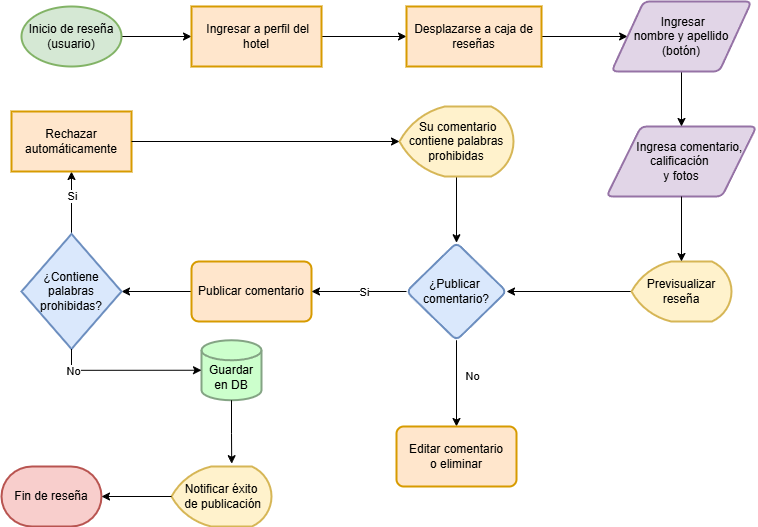
DjGuetta/App-Hotel-Management keeps this draw.io diagram as Flujograma de reseñas.png. Above is the earlier version. Source tidied: cells renumbered, new cells last; positions are measured from the earlier drawing's top-left corner, leaving out a move shared by most shapes.
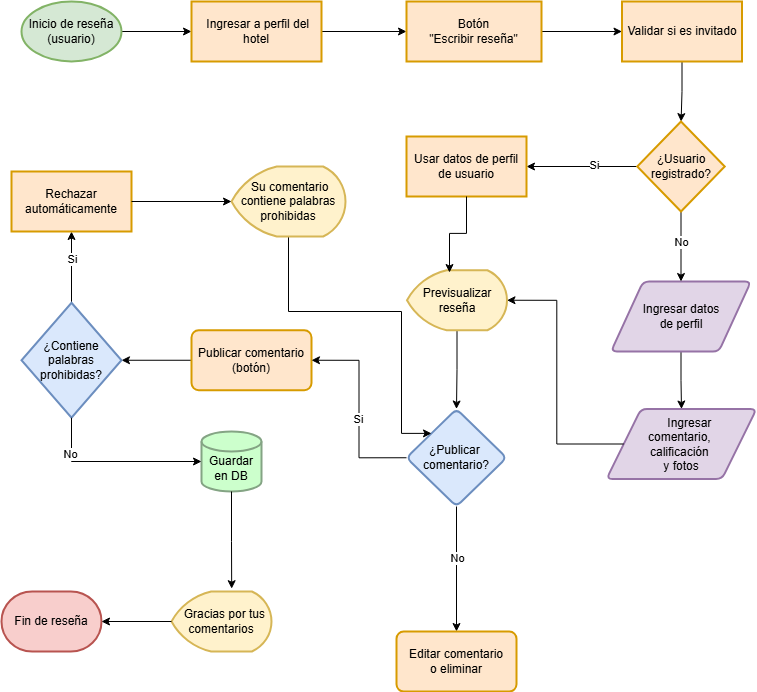
Above is the later version.

Commit message:
Corrección de datos de usuario invitado y registrado

Diff of the diagram source:
```diff
@@ -14,26 +14,26 @@
     <mxCell id="5" value="&amp;nbsp;Ingresar a perfil del hotel" style="whiteSpace=wrap;html=1;strokeWidth=2;fillColor=#ffe6cc;strokeColor=#d79b00;" parent="1" vertex="1">
       <mxGeometry x="190" y="5" width="130" height="60" as="geometry" />
     </mxCell>
-    <mxCell id="6" style="edgeStyle=orthogonalEdgeStyle;rounded=0;jettySize=auto;html=1;exitX=1;exitY=0.5;exitDx=0;exitDy=0;entryX=0;entryY=0.5;entryDx=0;entryDy=0;" parent="1" edge="1" source="7" target="10">
-      <mxGeometry relative="1" as="geometry" />
-    </mxCell>
+    <mxCell id="36" style="edgeStyle=orthogonalEdgeStyle;rounded=0;jettySize=auto;html=1;" parent="1" edge="1" source="7" target="38">
+      <mxGeometry relative="1" as="geometry" />
+    </mxCell>
-    <mxCell id="7" value="Desplazarse a caja de reseñas" style="whiteSpace=wrap;html=1;strokeWidth=2;fillColor=#ffe6cc;strokeColor=#d79b00;" parent="1" vertex="1">
+    <mxCell id="7" value="Botón&lt;div&gt;&quot;Escribir reseña&quot;&lt;/div&gt;" style="whiteSpace=wrap;html=1;strokeWidth=2;fillColor=#ffe6cc;strokeColor=#d79b00;" parent="1" vertex="1">
       <mxGeometry x="405" y="5" width="135" height="60" as="geometry" />
     </mxCell>
-    <mxCell id="8" value="&amp;nbsp; &amp;nbsp; &amp;nbsp; Ingresa comentario,&amp;nbsp;&lt;div&gt;&lt;span style=&quot;background-color: transparent; color: light-dark(rgb(0, 0, 0), rgb(255, 255, 255));&quot;&gt;calificación&amp;nbsp;&lt;/span&gt;&lt;/div&gt;&lt;div&gt;&lt;span style=&quot;background-color: transparent; color: light-dark(rgb(0, 0, 0), rgb(255, 255, 255));&quot;&gt;y fotos&lt;/span&gt;&lt;/div&gt;" style="shape=parallelogram;html=1;strokeWidth=2;perimeter=parallelogramPerimeter;whiteSpace=wrap;rounded=1;arcSize=12;size=0.23;fillColor=#e1d5e7;strokeColor=#9673a6;" parent="1" vertex="1">
-      <mxGeometry x="605" y="125" width="150" height="70" as="geometry" />
+    <mxCell id="8" value="&amp;nbsp; &amp;nbsp; &amp;nbsp; Ingresar&amp;nbsp;&lt;div&gt;comentario,&amp;nbsp;&lt;div&gt;&lt;span style=&quot;background-color: transparent; color: light-dark(rgb(0, 0, 0), rgb(255, 255, 255));&quot;&gt;calificación&amp;nbsp;&lt;/span&gt;&lt;/div&gt;&lt;div&gt;&lt;span style=&quot;background-color: transparent; color: light-dark(rgb(0, 0, 0), rgb(255, 255, 255));&quot;&gt;y fotos&lt;/span&gt;&lt;/div&gt;&lt;/div&gt;" style="shape=parallelogram;html=1;strokeWidth=2;perimeter=parallelogramPerimeter;whiteSpace=wrap;rounded=1;arcSize=12;size=0.23;fillColor=#e1d5e7;strokeColor=#9673a6;" parent="1" vertex="1">
+      <mxGeometry x="605" y="412.5" width="150" height="70" as="geometry" />
     </mxCell>
     <mxCell id="9" style="edgeStyle=orthogonalEdgeStyle;rounded=0;jettySize=auto;html=1;" parent="1" edge="1" source="10" target="8">
       <mxGeometry relative="1" as="geometry" />
     </mxCell>
-    <mxCell id="10" value="&amp;nbsp;Ingresar&lt;div&gt;nombre y apellido&lt;/div&gt;&lt;div&gt;(botón)&lt;/div&gt;" style="shape=parallelogram;html=1;strokeWidth=2;perimeter=parallelogramPerimeter;whiteSpace=wrap;rounded=1;arcSize=12;size=0.23;fillColor=#e1d5e7;strokeColor=#9673a6;" parent="1" vertex="1">
-      <mxGeometry x="610" width="140" height="70" as="geometry" />
+    <mxCell id="10" value="&amp;nbsp;Ingresar datos&amp;nbsp;&lt;div&gt;de perfil&lt;br&gt;&lt;/div&gt;" style="shape=parallelogram;html=1;strokeWidth=2;perimeter=parallelogramPerimeter;whiteSpace=wrap;rounded=1;arcSize=12;size=0.23;fillColor=#e1d5e7;strokeColor=#9673a6;" parent="1" vertex="1">
+      <mxGeometry x="609.5" y="285" width="140" height="70" as="geometry" />
     </mxCell>
     <mxCell id="11" style="edgeStyle=orthogonalEdgeStyle;rounded=0;jettySize=auto;html=1;exitX=0;exitY=0.5;exitDx=0;exitDy=0;entryX=1;entryY=0.5;entryDx=0;entryDy=0;" parent="1" edge="1" source="12" target="28">
       <mxGeometry relative="1" as="geometry" />
     </mxCell>
-    <mxCell id="12" value="Publicar comentario" style="whiteSpace=wrap;html=1;strokeWidth=2;rounded=1;arcSize=12;fillColor=#ffe6cc;strokeColor=#d79b00;" parent="1" vertex="1">
-      <mxGeometry x="190" y="260" width="120" height="60" as="geometry" />
+    <mxCell id="12" value="Publicar comentario&lt;div&gt;(botón)&lt;/div&gt;" style="whiteSpace=wrap;html=1;strokeWidth=2;rounded=1;arcSize=12;fillColor=#ffe6cc;strokeColor=#d79b00;" parent="1" vertex="1">
+      <mxGeometry x="190" y="333.8" width="120" height="60" as="geometry" />
     </mxCell>
     <mxCell id="13" style="edgeStyle=orthogonalEdgeStyle;rounded=0;jettySize=auto;html=1;exitX=0;exitY=0.5;exitDx=0;exitDy=0;entryX=1;entryY=0.5;entryDx=0;entryDy=0;" parent="1" edge="1" source="17" target="12">
       <mxGeometry relative="1" as="geometry" />
@@ -48,35 +48,32 @@
     </mxCell>
     <mxCell id="16" value="&lt;div&gt;&lt;span style=&quot;background-color: light-dark(#ffffff, var(--ge-dark-color, #121212)); color: light-dark(rgb(0, 0, 0), rgb(255, 255, 255));&quot;&gt;No&lt;/span&gt;&lt;/div&gt;" style="edgeLabel;html=1;align=center;verticalAlign=middle;" parent="15" vertex="1">
       <mxGeometry x="-0.26" y="2" relative="1" as="geometry">
-        <mxPoint x="13" y="4" as="offset" />
+        <mxPoint x="-2" y="4" as="offset" />
       </mxGeometry>
     </mxCell>
     <mxCell id="17" value="¿Publicar&amp;nbsp;&lt;div&gt;&lt;span style=&quot;background-color: transparent; color: light-dark(rgb(0, 0, 0), rgb(255, 255, 255));&quot;&gt;comentario?&lt;/span&gt;&lt;/div&gt;" style="rhombus;whiteSpace=wrap;html=1;strokeWidth=2;rounded=1;arcSize=12;fillColor=#dae8fc;strokeColor=#6c8ebf;" parent="1" vertex="1">
-      <mxGeometry x="405" y="241.2" width="100" height="97.5" as="geometry" />
+      <mxGeometry x="405" y="412.5" width="100" height="97.5" as="geometry" />
     </mxCell>
     <mxCell id="18" value="Editar comentario&lt;div&gt;o eliminar&lt;/div&gt;" style="whiteSpace=wrap;html=1;strokeWidth=2;rounded=1;arcSize=12;fillColor=#ffe6cc;strokeColor=#d79b00;" parent="1" vertex="1">
-      <mxGeometry x="395" y="425" width="120" height="60" as="geometry" />
+      <mxGeometry x="395" y="635" width="120" height="60" as="geometry" />
     </mxCell>
-    <mxCell id="19" style="edgeStyle=orthogonalEdgeStyle;rounded=0;jettySize=auto;html=1;exitX=0;exitY=0.5;exitDx=0;exitDy=0;exitPerimeter=0;entryX=1;entryY=0.5;entryDx=0;entryDy=0;" parent="1" edge="1" source="20" target="17">
+    <mxCell id="19" style="edgeStyle=orthogonalEdgeStyle;rounded=0;jettySize=auto;html=1;exitX=0.5;exitY=1;exitDx=0;exitDy=0;exitPerimeter=0;entryX=0.5;entryY=0;entryDx=0;entryDy=0;" parent="1" edge="1" source="20" target="17">
       <mxGeometry relative="1" as="geometry" />
     </mxCell>
     <mxCell id="20" value="Previsualizar&lt;div&gt;reseña&lt;/div&gt;" style="strokeWidth=2;html=1;shape=mxgraph.flowchart.display;whiteSpace=wrap;fillColor=#fff2cc;strokeColor=#d6b656;" parent="1" vertex="1">
-      <mxGeometry x="630" y="260" width="100" height="60" as="geometry" />
+      <mxGeometry x="405.5" y="273.8" width="100" height="60" as="geometry" />
     </mxCell>
-    <mxCell id="21" style="edgeStyle=orthogonalEdgeStyle;rounded=0;jettySize=auto;html=1;exitX=0.5;exitY=1;exitDx=0;exitDy=0;entryX=0.5;entryY=0;entryDx=0;entryDy=0;entryPerimeter=0;" parent="1" edge="1" source="8" target="20">
-      <mxGeometry relative="1" as="geometry" />
-    </mxCell>
-    <mxCell id="22" value="Notificar éxito&lt;div&gt;&amp;nbsp;de publicación&lt;/div&gt;" style="strokeWidth=2;html=1;shape=mxgraph.flowchart.display;whiteSpace=wrap;fillColor=#fff2cc;strokeColor=#d6b656;" parent="1" vertex="1">
-      <mxGeometry x="170" y="465" width="100" height="60" as="geometry" />
+    <mxCell id="22" value="&amp;nbsp; Gracias por tus comentarios" style="strokeWidth=2;html=1;shape=mxgraph.flowchart.display;whiteSpace=wrap;fillColor=#fff2cc;strokeColor=#d6b656;" parent="1" vertex="1">
+      <mxGeometry x="170" y="595" width="100" height="60" as="geometry" />
     </mxCell>
     <mxCell id="23" value="Fin de reseña" style="strokeWidth=2;html=1;shape=mxgraph.flowchart.terminator;whiteSpace=wrap;fillColor=#f8cecc;strokeColor=#b85450;" parent="1" vertex="1">
-      <mxGeometry y="465" width="100" height="60" as="geometry" />
+      <mxGeometry y="595" width="100" height="60" as="geometry" />
     </mxCell>
     <mxCell id="24" style="edgeStyle=orthogonalEdgeStyle;rounded=0;jettySize=auto;html=1;exitX=0;exitY=0.5;exitDx=0;exitDy=0;exitPerimeter=0;entryX=1;entryY=0.5;entryDx=0;entryDy=0;entryPerimeter=0;" parent="1" edge="1" source="22" target="23">
       <mxGeometry relative="1" as="geometry" />
     </mxCell>
     <mxCell id="25" value="&lt;div&gt;&lt;br&gt;&lt;/div&gt;Guardar&lt;div&gt;en DB&lt;/div&gt;" style="strokeWidth=2;html=1;shape=mxgraph.flowchart.database;whiteSpace=wrap;fillColor=#CCFFCC;strokeColor=#84A484;" parent="1" vertex="1">
-      <mxGeometry x="200" y="338.8" width="60" height="60" as="geometry" />
+      <mxGeometry x="200" y="435" width="60" height="60" as="geometry" />
     </mxCell>
     <mxCell id="26" style="edgeStyle=orthogonalEdgeStyle;rounded=0;jettySize=auto;html=1;" parent="1" edge="1" source="28" target="31">
       <mxGeometry relative="1" as="geometry" />
@@ -87,7 +84,7 @@
       </mxGeometry>
     </mxCell>
     <mxCell id="28" value="¿Contiene palabras prohibidas?" style="rhombus;whiteSpace=wrap;html=1;fillColor=#dae8fc;strokeColor=#6c8ebf;strokeWidth=2;" parent="1" vertex="1">
-      <mxGeometry x="20" y="232.5" width="100" height="115" as="geometry" />
+      <mxGeometry x="20" y="306.2" width="100" height="115" as="geometry" />
     </mxCell>
     <mxCell id="29" style="edgeStyle=orthogonalEdgeStyle;rounded=0;jettySize=auto;html=1;exitX=0.5;exitY=1;exitDx=0;exitDy=0;entryX=0;entryY=0.5;entryDx=0;entryDy=0;entryPerimeter=0;" parent="1" edge="1" source="28" target="25">
       <mxGeometry relative="1" as="geometry" />
@@ -98,13 +95,19 @@
       </mxGeometry>
     </mxCell>
     <mxCell id="31" value="Rechazar automáticamente" style="whiteSpace=wrap;html=1;fillColor=#ffe6cc;strokeColor=#d79b00;strokeWidth=2;" parent="1" vertex="1">
-      <mxGeometry x="10" y="110" width="120" height="60" as="geometry" />
+      <mxGeometry x="10" y="175" width="120" height="60" as="geometry" />
     </mxCell>
-    <mxCell id="32" style="edgeStyle=orthogonalEdgeStyle;rounded=0;jettySize=auto;html=1;exitX=0.5;exitY=1;exitDx=0;exitDy=0;exitPerimeter=0;entryX=0.5;entryY=0;entryDx=0;entryDy=0;" parent="1" edge="1" source="33" target="17">
-      <mxGeometry relative="1" as="geometry" />
+    <mxCell id="32" style="edgeStyle=orthogonalEdgeStyle;rounded=0;jettySize=auto;html=1;exitX=0.5;exitY=1;exitDx=0;exitDy=0;exitPerimeter=0;entryX=0;entryY=0;entryDx=0;entryDy=0;" parent="1" edge="1" source="33" target="17">
+      <mxGeometry relative="1" as="geometry">
+        <Array as="points">
+          <mxPoint x="287" y="315" />
+          <mxPoint x="400" y="315" />
+          <mxPoint x="400" y="437" />
+        </Array>
+      </mxGeometry>
     </mxCell>
     <mxCell id="33" value="&amp;nbsp;Su comentario&lt;div&gt;contiene palabras prohibidas&lt;/div&gt;" style="strokeWidth=2;html=1;shape=mxgraph.flowchart.display;whiteSpace=wrap;fillColor=#fff2cc;strokeColor=#d6b656;" parent="1" vertex="1">
-      <mxGeometry x="398" y="105" width="114" height="70" as="geometry" />
+      <mxGeometry x="230" y="170" width="114" height="70" as="geometry" />
     </mxCell>
     <mxCell id="34" style="edgeStyle=orthogonalEdgeStyle;rounded=0;jettySize=auto;html=1;exitX=1;exitY=0.5;exitDx=0;exitDy=0;entryX=0;entryY=0.5;entryDx=0;entryDy=0;entryPerimeter=0;" parent="1" edge="1" source="31" target="33">
       <mxGeometry relative="1" as="geometry" />
@@ -112,5 +115,37 @@
     <mxCell id="35" style="edgeStyle=orthogonalEdgeStyle;rounded=0;jettySize=auto;html=1;exitX=0.5;exitY=1;exitDx=0;exitDy=0;exitPerimeter=0;entryX=0.602;entryY=-0.047;entryDx=0;entryDy=0;entryPerimeter=0;" parent="1" edge="1" source="25" target="22">
       <mxGeometry relative="1" as="geometry" />
     </mxCell>
+    <mxCell id="37" style="edgeStyle=orthogonalEdgeStyle;rounded=0;jettySize=auto;html=1;" parent="1" edge="1" source="38" target="43">
+      <mxGeometry relative="1" as="geometry" />
+    </mxCell>
+    <mxCell id="38" value="Validar si es invitado" style="whiteSpace=wrap;html=1;fillColor=#ffe6cc;strokeColor=#d79b00;strokeWidth=2;" parent="1" vertex="1">
+      <mxGeometry x="620.5" y="5" width="120" height="60" as="geometry" />
+    </mxCell>
+    <mxCell id="39" style="edgeStyle=orthogonalEdgeStyle;rounded=0;jettySize=auto;html=1;exitX=0.5;exitY=1;exitDx=0;exitDy=0;entryX=0.5;entryY=0;entryDx=0;entryDy=0;" parent="1" edge="1" source="43" target="10">
+      <mxGeometry relative="1" as="geometry" />
+    </mxCell>
+    <mxCell id="40" value="No" style="edgeLabel;html=1;align=center;verticalAlign=middle;" parent="39" vertex="1">
+      <mxGeometry x="-0.14" y="1" relative="1" as="geometry">
+        <mxPoint x="-1" as="offset" />
+      </mxGeometry>
+    </mxCell>
+    <mxCell id="41" style="edgeStyle=orthogonalEdgeStyle;rounded=0;jettySize=auto;html=1;" parent="1" edge="1" source="43" target="44">
+      <mxGeometry relative="1" as="geometry" />
+    </mxCell>
+    <mxCell id="42" value="Si" style="edgeLabel;html=1;align=center;verticalAlign=middle;" parent="41" vertex="1">
+      <mxGeometry x="-0.22" y="-2" relative="1" as="geometry" />
+    </mxCell>
+    <mxCell id="43" value="¿Usuario&lt;div&gt;registrado?&lt;/div&gt;" style="rhombus;whiteSpace=wrap;html=1;fillColor=#ffe6cc;strokeColor=#d79b00;strokeWidth=2;" parent="1" vertex="1">
+      <mxGeometry x="635.8" y="125" width="87.5" height="90" as="geometry" />
+    </mxCell>
+    <mxCell id="44" value="Usar datos de perfil&lt;div&gt;de usuario&lt;/div&gt;" style="whiteSpace=wrap;html=1;fillColor=#ffe6cc;strokeColor=#d79b00;strokeWidth=2;" parent="1" vertex="1">
+      <mxGeometry x="405" y="140" width="120" height="60" as="geometry" />
+    </mxCell>
+    <mxCell id="45" style="edgeStyle=orthogonalEdgeStyle;rounded=0;jettySize=auto;html=1;exitX=0.5;exitY=1;exitDx=0;exitDy=0;entryX=0.425;entryY=0.038;entryDx=0;entryDy=0;entryPerimeter=0;" parent="1" edge="1" source="44" target="20">
+      <mxGeometry relative="1" as="geometry" />
+    </mxCell>
+    <mxCell id="21" style="edgeStyle=orthogonalEdgeStyle;rounded=0;jettySize=auto;html=1;exitX=0;exitY=0.5;exitDx=0;exitDy=0;entryX=1;entryY=0.5;entryDx=0;entryDy=0;entryPerimeter=0;" parent="1" edge="1" source="8" target="20">
+      <mxGeometry relative="1" as="geometry" />
+    </mxCell>
   </root>
 </mxGraphModel>
```
